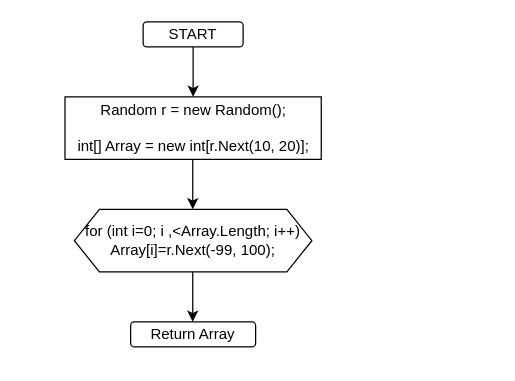
Before: 2021/BlockDiagram/GetArray_method.drawio in AbubakirovRA/FinalWork2021, a draw.io diagram. Source tidied: cells renumbered, new cells numbered last; positions are measured from the earlier drawing's top-left corner, leaving out a move shared by most shapes. Both pictures are drawn from the tidied source at 125%, with x=0, y=0 at pixel (65, 21).
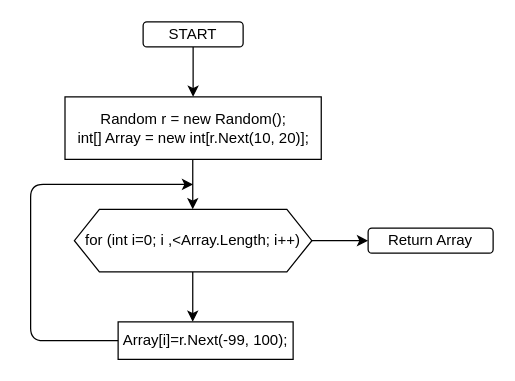
The same diagram, later.

Commit message (it also covers changes not shown here):
rename getevenintegers method fix diagrams bags

Diff of the diagram source:
```diff
@@
 <mxGraphModel>
   <root>
     <mxCell id="0" />
     <mxCell id="1" parent="0" />
     <mxCell id="2" value="START" style="rounded=1;whiteSpace=wrap;html=1;" parent="1" vertex="1">
       <mxGeometry x="62" width="80" height="20" as="geometry" />
     </mxCell>
     <mxCell id="3" style="endArrow=classic;html=1;exitX=0.5;exitY=1;exitDx=0;exitDy=0;" parent="1" edge="1" source="2">
       <mxGeometry relative="1" as="geometry">
         <mxPoint x="102" y="60" as="targetPoint" />
       </mxGeometry>
     </mxCell>
-    <mxCell id="4" value="&lt;span class=&quot;pl-smi&quot;&gt;&lt;span class=&quot;pl-k&quot;&gt;Random&lt;/span&gt; &lt;span class=&quot;pl-en&quot;&gt;r&lt;/span&gt; &lt;span class=&quot;pl-k&quot;&gt;=&lt;/span&gt; &lt;span class=&quot;pl-k&quot;&gt;new&lt;/span&gt; &lt;span class=&quot;pl-k&quot;&gt;Random&lt;/span&gt;();&lt;br&gt;&lt;br&gt;&lt;span class=&quot;pl-k&quot;&gt;int&lt;/span&gt;[] Array&amp;nbsp;&lt;span class=&quot;pl-k&quot;&gt;=&lt;/span&gt; &lt;span class=&quot;pl-k&quot;&gt;new&lt;/span&gt; &lt;span class=&quot;pl-k&quot;&gt;int&lt;/span&gt;[&lt;span class=&quot;pl-smi&quot;&gt;r&lt;/span&gt;.&lt;span class=&quot;pl-en&quot;&gt;Next&lt;/span&gt;(10, 20)];&lt;/span&gt;" style="rounded=0;whiteSpace=wrap;html=1;" parent="1" vertex="1">
+    <mxCell id="4" value="&lt;span class=&quot;pl-smi&quot;&gt;&lt;span class=&quot;pl-k&quot;&gt;Random&lt;/span&gt; &lt;span class=&quot;pl-en&quot;&gt;r&lt;/span&gt; &lt;span class=&quot;pl-k&quot;&gt;=&lt;/span&gt; &lt;span class=&quot;pl-k&quot;&gt;new&lt;/span&gt; &lt;span class=&quot;pl-k&quot;&gt;Random&lt;/span&gt;();&lt;br&gt;&lt;span class=&quot;pl-k&quot;&gt;int&lt;/span&gt;[] Array&amp;nbsp;&lt;span class=&quot;pl-k&quot;&gt;=&lt;/span&gt; &lt;span class=&quot;pl-k&quot;&gt;new&lt;/span&gt; &lt;span class=&quot;pl-k&quot;&gt;int&lt;/span&gt;[&lt;span class=&quot;pl-smi&quot;&gt;r&lt;/span&gt;.&lt;span class=&quot;pl-en&quot;&gt;Next&lt;/span&gt;(10, 20)];&lt;/span&gt;" style="rounded=0;whiteSpace=wrap;html=1;" parent="1" vertex="1">
       <mxGeometry x="-0.5" y="60" width="205" height="50" as="geometry" />
     </mxCell>
     <mxCell id="5" style="endArrow=classic;html=1;exitX=0.5;exitY=1;exitDx=0;exitDy=0;" parent="1" edge="1">
       <mxGeometry relative="1" as="geometry">
         <mxPoint x="101.7" y="110" as="sourcePoint" />
         <mxPoint x="101.7" y="150" as="targetPoint" />
       </mxGeometry>
     </mxCell>
-    <mxCell id="6" value="for (int i=0; i ,&amp;lt;Array.Length; i++)&lt;br&gt;Array[i]=r.Next(-99, 100);" style="shape=hexagon;perimeter=hexagonPerimeter2;whiteSpace=wrap;html=1;fixedSize=1;" parent="1" vertex="1">
+    <mxCell id="6" value="for (int i=0; i ,&amp;lt;Array.Length; i++)&lt;br&gt;" style="shape=hexagon;perimeter=hexagonPerimeter2;whiteSpace=wrap;html=1;fixedSize=1;" parent="1" vertex="1">
       <mxGeometry x="7" y="150" width="190" height="50" as="geometry" />
     </mxCell>
     <mxCell id="7" value="Return Array" style="rounded=1;whiteSpace=wrap;html=1;" parent="1" vertex="1">
-      <mxGeometry x="52" y="240" width="100" height="20" as="geometry" />
+      <mxGeometry x="242" y="165" width="100" height="20" as="geometry" />
     </mxCell>
     <mxCell id="8" style="endArrow=classic;html=1;exitX=0.5;exitY=1;exitDx=0;exitDy=0;" parent="1" edge="1">
       <mxGeometry relative="1" as="geometry">
         <mxPoint x="101.7" y="200" as="sourcePoint" />
         <mxPoint x="101.7" y="240" as="targetPoint" />
       </mxGeometry>
     </mxCell>
+    <mxCell id="9" value="&lt;span&gt;Array[i]=r.Next(-99, 100);&lt;/span&gt;" style="rounded=0;whiteSpace=wrap;html=1;" parent="1" vertex="1">
+      <mxGeometry x="42" y="240" width="140" height="30" as="geometry" />
+    </mxCell>
+    <mxCell id="10" style="endArrow=classic;html=1;exitX=0;exitY=0.5;exitDx=0;exitDy=0;" parent="1" edge="1" source="9">
+      <mxGeometry relative="1" as="geometry">
+        <mxPoint x="102" y="130" as="targetPoint" />
+        <Array as="points">
+          <mxPoint x="-28" y="255" />
+          <mxPoint x="-28" y="130" />
+        </Array>
+      </mxGeometry>
+    </mxCell>
+    <mxCell id="11" style="endArrow=classic;html=1;exitX=1;exitY=0.5;exitDx=0;exitDy=0;" parent="1" edge="1" source="6">
+      <mxGeometry relative="1" as="geometry">
+        <mxPoint x="242" y="175" as="targetPoint" />
+      </mxGeometry>
+    </mxCell>
   </root>
 </mxGraphModel>
```
